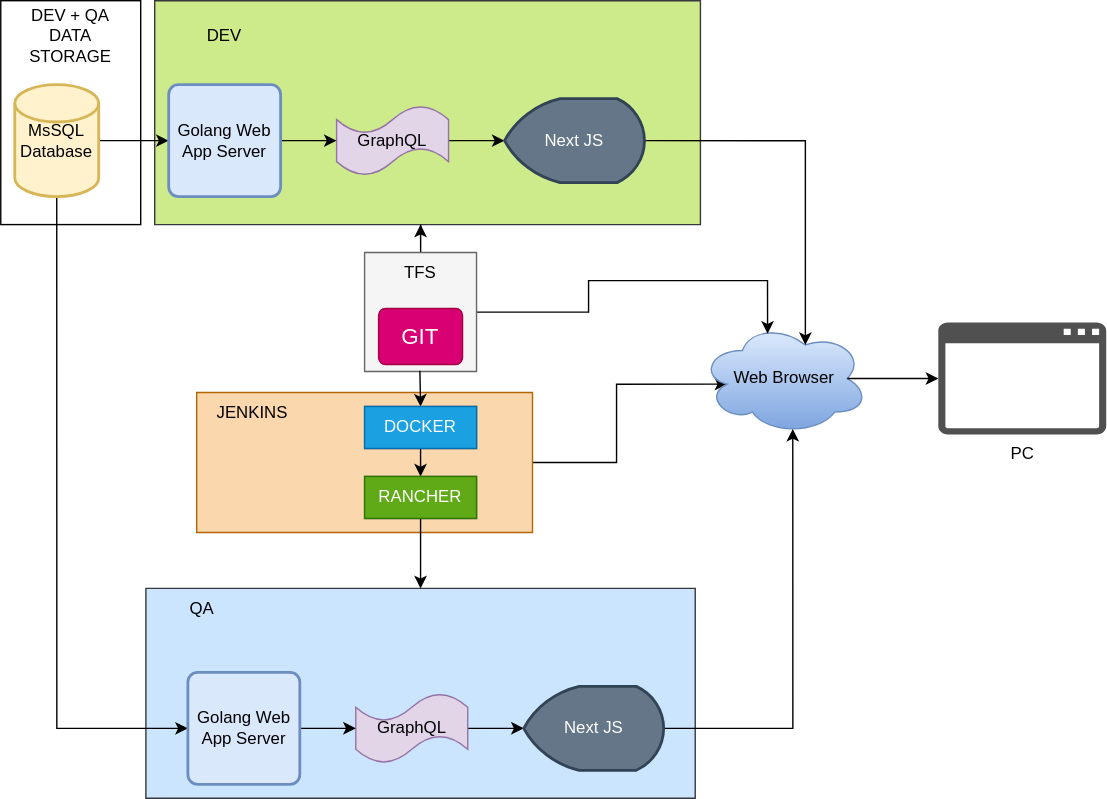
The draw.io diagram Untitled Diagram.svg in iamsyahidi/hello-world, before a commit. Source tidied: cells renumbered, new cells last; positions are measured from the earlier drawing's top-left corner, leaving out a move shared by most shapes.
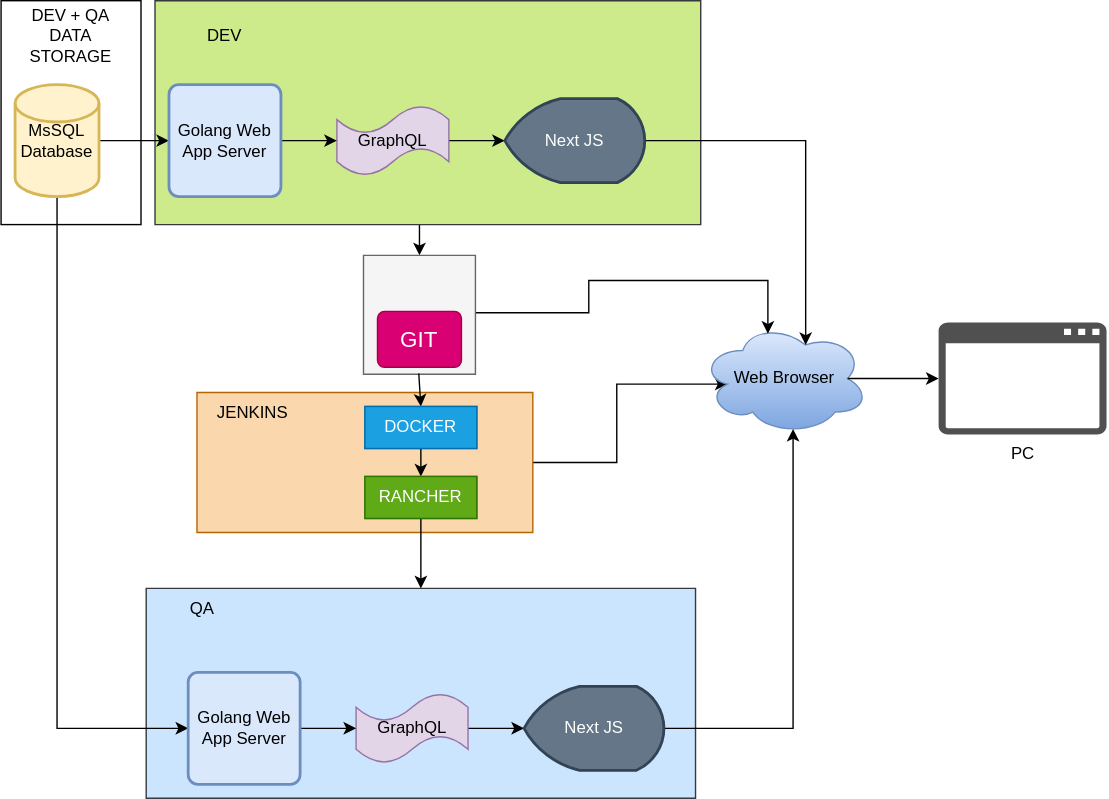
The same diagram one commit later.

Diff of the diagram source:
```diff
@@ -2,6 +2,9 @@
   <root>
     <mxCell id="0" />
     <mxCell id="1" parent="0" />
+    <mxCell id="33" value="TFS" style="text;html=1;strokeColor=none;fillColor=none;align=center;verticalAlign=middle;whiteSpace=wrap;rounded=0;" parent="1" vertex="1">
+      <mxGeometry x="259" y="182" width="80" height="30" as="geometry" />
+    </mxCell>
     <mxCell id="2" style="edgeStyle=orthogonalEdgeStyle;rounded=0;jettySize=auto;html=1;entryX=0.16;entryY=0.55;entryDx=0;entryDy=0;entryPerimeter=0;" parent="1" edge="1" source="3" target="4">
       <mxGeometry relative="1" as="geometry" />
     </mxCell>
@@ -14,14 +17,17 @@
     <mxCell id="5" style="verticalLabelPosition=bottom;verticalAlign=top;html=1;shape=mxgraph.basic.rect;fillColor2=none;strokeWidth=1;size=20;indent=5;fillColor=#cce5ff;strokeColor=#36393d;" parent="1" vertex="1">
       <mxGeometry x="103.7" y="420" width="392.6" height="150" as="geometry" />
     </mxCell>
+    <mxCell id="41" style="edgeStyle=orthogonalEdgeStyle;rounded=0;jettySize=auto;html=1;entryX=0.5;entryY=0;entryDx=0;entryDy=0;" parent="1" edge="1" source="6" target="33">
+      <mxGeometry relative="1" as="geometry">
+        <Array as="points">
+          <mxPoint x="299" y="160" />
+          <mxPoint x="299" y="160" />
+        </Array>
+      </mxGeometry>
+    </mxCell>
     <mxCell id="6" style="verticalLabelPosition=bottom;verticalAlign=top;html=1;shape=mxgraph.basic.rect;fillColor2=none;strokeWidth=1;size=20;indent=5;fillColor=#cdeb8b;strokeColor=#36393d;" parent="1" vertex="1">
       <mxGeometry x="110" width="390" height="160" as="geometry" />
     </mxCell>
-    <mxCell id="7" style="edgeStyle=orthogonalEdgeStyle;rounded=0;jettySize=auto;html=1;" parent="1" edge="1" source="9">
-      <mxGeometry relative="1" as="geometry">
-        <mxPoint x="300" y="160" as="targetPoint" />
-      </mxGeometry>
-    </mxCell>
     <mxCell id="8" style="edgeStyle=orthogonalEdgeStyle;rounded=0;jettySize=auto;html=1;entryX=0.4;entryY=0.1;entryDx=0;entryDy=0;entryPerimeter=0;" parent="1" edge="1" source="9" target="4">
       <mxGeometry relative="1" as="geometry">
         <Array as="points">
@@ -32,7 +38,7 @@
       </mxGeometry>
     </mxCell>
     <mxCell id="9" style="verticalLabelPosition=bottom;verticalAlign=top;html=1;shape=mxgraph.basic.rect;fillColor2=none;strokeWidth=1;size=20;indent=5;fillColor=#f5f5f5;strokeColor=#666666;fontColor=#333333;" parent="1" vertex="1">
-      <mxGeometry x="260" y="180" width="80" height="85" as="geometry" />
+      <mxGeometry x="259" y="182" width="80" height="85" as="geometry" />
     </mxCell>
     <mxCell id="10" style="rounded=0;whiteSpace=wrap;html=1;" parent="1" vertex="1">
       <mxGeometry width="100" height="160" as="geometry" />
@@ -103,11 +109,8 @@
       </mxGeometry>
     </mxCell>
     <mxCell id="32" value="GIT" style="html=1;shadow=0;dashed=0;shape=mxgraph.bootstrap.rrect;rSize=5;strokeColor=#A50040;strokeWidth=1;fillColor=#d80073;whiteSpace=wrap;align=center;verticalAlign=middle;spacingLeft=0;fontStyle=0;fontSize=16;spacing=5;fontColor=#ffffff;" parent="1" vertex="1">
-      <mxGeometry x="270" y="220" width="60" height="40" as="geometry" />
+      <mxGeometry x="269" y="222" width="60" height="40" as="geometry" />
     </mxCell>
-    <mxCell id="33" value="TFS" style="text;html=1;strokeColor=none;fillColor=none;align=center;verticalAlign=middle;whiteSpace=wrap;rounded=0;" parent="1" vertex="1">
-      <mxGeometry x="260" y="180" width="80" height="30" as="geometry" />
-    </mxCell>
     <mxCell id="34" style="verticalLabelPosition=bottom;verticalAlign=top;html=1;shape=mxgraph.basic.rect;fillColor2=none;strokeWidth=1;size=20;indent=5;fillColor=#f5f5f5;strokeColor=#666666;fontColor=#333333;" parent="1" vertex="1">
       <mxGeometry x="260" y="290" width="80" height="30" as="geometry" />
     </mxCell>
```
